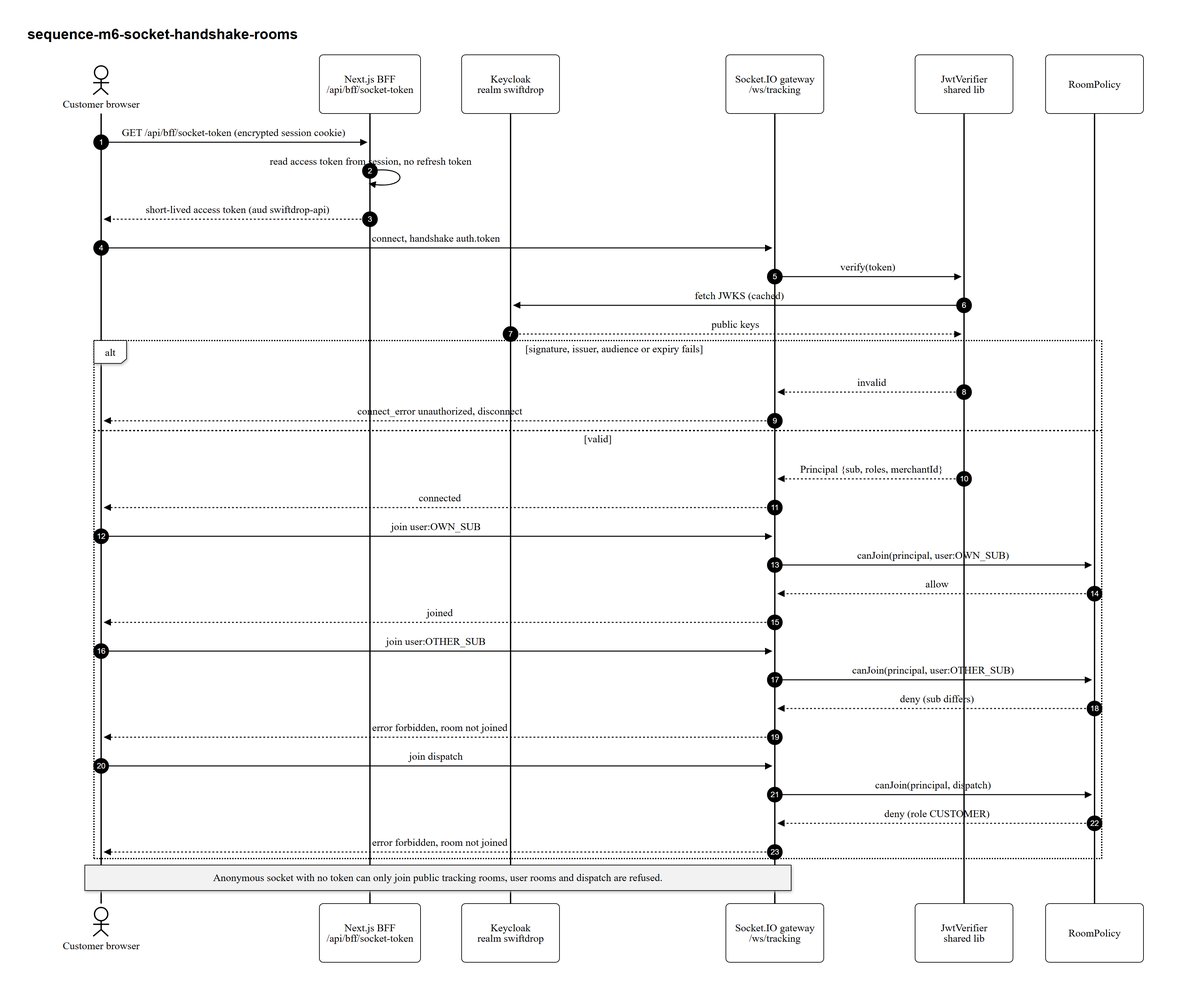
Before: doc/diagrams/m6-real-time-tracking/sequence-m6-socket-handshake-rooms.png, a diagram exported from Mermaid (Pasidu-Mihiranga/SwiftDrop). Its source is kept beside it as doc/diagrams/m6-real-time-tracking/sequence-m6-socket-handshake-rooms.mmd. Its diagram source:
```mermaid
%%{init: {"theme":"base","themeVariables":{"background":"#ffffff","mainBkg":"#ffffff","primaryColor":"#ffffff","primaryBorderColor":"#000000","primaryTextColor":"#000000","secondaryColor":"#f2f2f2","tertiaryColor":"#ffffff","lineColor":"#000000","textColor":"#000000","clusterBkg":"#ffffff","clusterBorder":"#000000","titleColor":"#000000","edgeLabelBackground":"#ffffff","fontFamily":"Arial, Helvetica, sans-serif","actorBkg":"#ffffff","actorBorder":"#000000","actorTextColor":"#000000","actorLineColor":"#000000","signalColor":"#000000","signalTextColor":"#000000","labelBoxBkgColor":"#ffffff","labelBoxBorderColor":"#000000","labelTextColor":"#000000","loopTextColor":"#000000","noteBkgColor":"#f2f2f2","noteBorderColor":"#000000","noteTextColor":"#000000","activationBkgColor":"#e6e6e6","activationBorderColor":"#000000"}}}%%
sequenceDiagram
    autonumber
    actor CU as Customer browser
    participant BFF as Next.js BFF<br/>/api/bff/socket-token
    participant KC as Keycloak<br/>realm swiftdrop
    participant SG as Socket.IO gateway<br/>/ws/tracking
    participant JW as JwtVerifier<br/>shared lib
    participant RP as RoomPolicy

    CU->>BFF: GET /api/bff/socket-token (encrypted session cookie)
    BFF->>BFF: read access token from session, no refresh token
    BFF-->>CU: short-lived access token (aud swiftdrop-api)
    CU->>SG: connect, handshake auth.token
    SG->>JW: verify(token)
    JW->>KC: fetch JWKS (cached)
    KC-->>JW: public keys
    alt signature, issuer, audience or expiry fails
        JW-->>SG: invalid
        SG-->>CU: connect_error unauthorized, disconnect
    else valid
        JW-->>SG: Principal {sub, roles, merchantId}
        SG-->>CU: connected

        CU->>SG: join user:OWN_SUB
        SG->>RP: canJoin(principal, user:OWN_SUB)
        RP-->>SG: allow
        SG-->>CU: joined

        CU->>SG: join user:OTHER_SUB
        SG->>RP: canJoin(principal, user:OTHER_SUB)
        RP-->>SG: deny (sub differs)
        SG-->>CU: error forbidden, room not joined

        CU->>SG: join dispatch
        SG->>RP: canJoin(principal, dispatch)
        RP-->>SG: deny (role CUSTOMER)
        SG-->>CU: error forbidden, room not joined
    end

    Note over CU,SG: Anonymous socket with no token can only join public tracking rooms, user rooms and dispatch are refused.
```
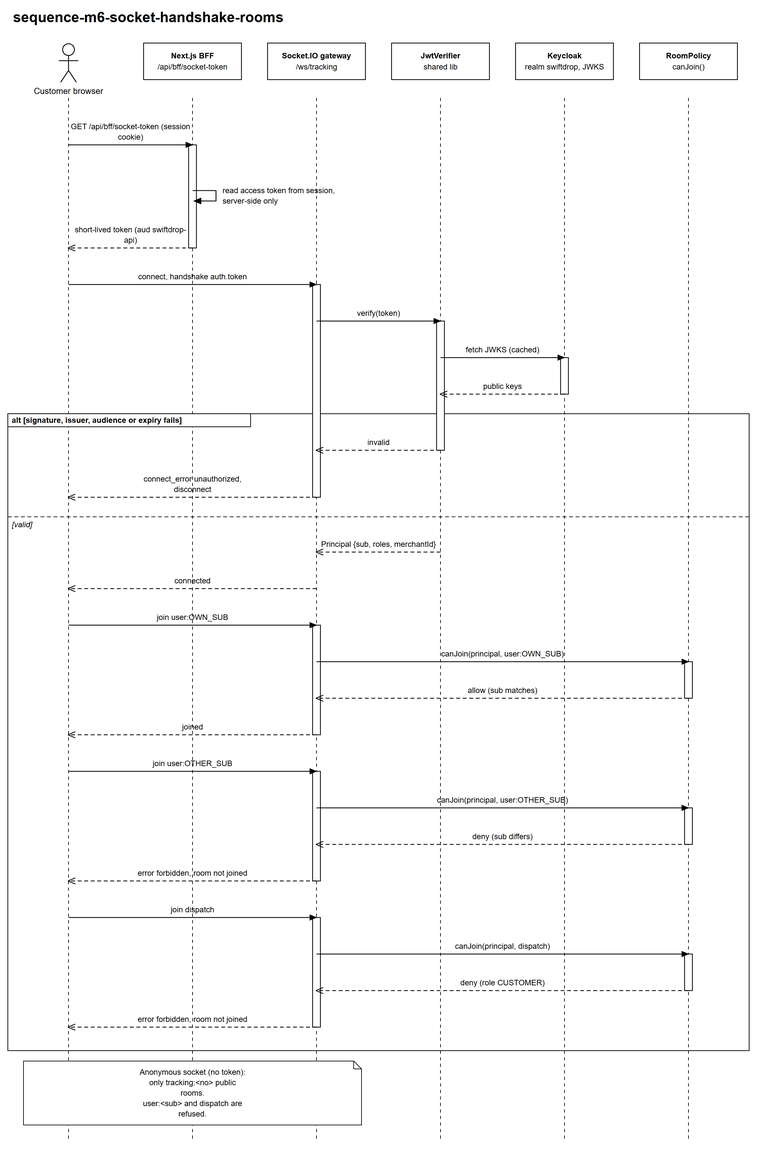
After the change.

Diff of the diagram source:
```diff
@@ -1,41 +1,36 @@
-%%{init: {"theme":"base","themeVariables":{"background":"#ffffff","mainBkg":"#ffffff","primaryColor":"#ffffff","primaryBorderColor":"#000000","primaryTextColor":"#000000","secondaryColor":"#f2f2f2","tertiaryColor":"#ffffff","lineColor":"#000000","textColor":"#000000","clusterBkg":"#ffffff","clusterBorder":"#000000","titleColor":"#000000","edgeLabelBackground":"#ffffff","fontFamily":"Arial, Helvetica, sans-serif","actorBkg":"#ffffff","actorBorder":"#000000","actorTextColor":"#000000","actorLineColor":"#000000","signalColor":"#000000","signalTextColor":"#000000","labelBoxBkgColor":"#ffffff","labelBoxBorderColor":"#000000","labelTextColor":"#000000","loopTextColor":"#000000","noteBkgColor":"#f2f2f2","noteBorderColor":"#000000","noteTextColor":"#000000","activationBkgColor":"#e6e6e6","activationBorderColor":"#000000"}}}%%
+%%{init: {"theme":"base","themeVariables":{"primaryColor":"#ffffff","primaryBorderColor":"#000000","primaryTextColor":"#000000","lineColor":"#000000","background":"#ffffff","actorBkg":"#ffffff","actorBorder":"#000000","signalColor":"#000000","noteBkgColor":"#f2f2f2","noteBorderColor":"#000000","fontFamily":"Arial"}}}%%
 sequenceDiagram
     autonumber
-    actor CU as Customer browser
-    participant BFF as Next.js BFF<br/>/api/bff/socket-token
-    participant KC as Keycloak<br/>realm swiftdrop
-    participant SG as Socket.IO gateway<br/>/ws/tracking
-    participant JW as JwtVerifier<br/>shared lib
+    actor U as Customer browser
+    participant BFF as Next.js BFF
+    participant SG as Socket.IO gateway
+    participant JV as JwtVerifier shared lib
+    participant KC as Keycloak JWKS
     participant RP as RoomPolicy
-
-    CU->>BFF: GET /api/bff/socket-token (encrypted session cookie)
-    BFF->>BFF: read access token from session, no refresh token
-    BFF-->>CU: short-lived access token (aud swiftdrop-api)
-    CU->>SG: connect, handshake auth.token
-    SG->>JW: verify(token)
-    JW->>KC: fetch JWKS (cached)
-    KC-->>JW: public keys
+    U->>BFF: GET /api/bff/socket-token with session cookie
+    BFF->>BFF: read access token from session, server-side only
+    BFF-->>U: short-lived token, aud swiftdrop-api
+    U->>SG: connect with handshake auth.token
+    SG->>JV: verify token
+    JV->>KC: fetch JWKS, cached
+    KC-->>JV: public keys
     alt signature, issuer, audience or expiry fails
-        JW-->>SG: invalid
-        SG-->>CU: connect_error unauthorized, disconnect
+        JV-->>SG: invalid
+        SG-->>U: connect_error unauthorized, disconnect
     else valid
-        JW-->>SG: Principal {sub, roles, merchantId}
-        SG-->>CU: connected
-
-        CU->>SG: join user:OWN_SUB
-        SG->>RP: canJoin(principal, user:OWN_SUB)
+        JV-->>SG: Principal sub, roles, merchantId
+        SG-->>U: connected
+        U->>SG: join user:OWN_SUB
+        SG->>RP: canJoin principal, user:OWN_SUB
         RP-->>SG: allow
-        SG-->>CU: joined
-
-        CU->>SG: join user:OTHER_SUB
-        SG->>RP: canJoin(principal, user:OTHER_SUB)
-        RP-->>SG: deny (sub differs)
-        SG-->>CU: error forbidden, room not joined
-
-        CU->>SG: join dispatch
-        SG->>RP: canJoin(principal, dispatch)
-        RP-->>SG: deny (role CUSTOMER)
-        SG-->>CU: error forbidden, room not joined
+        SG-->>U: joined
+        U->>SG: join user:OTHER_SUB
+        SG->>RP: canJoin principal, user:OTHER_SUB
+        RP-->>SG: deny, sub differs
+        SG-->>U: error forbidden, room not joined
+        U->>SG: join dispatch
+        SG->>RP: canJoin principal, dispatch
+        RP-->>SG: deny, role CUSTOMER
+        SG-->>U: error forbidden, room not joined
     end
-
-    Note over CU,SG: Anonymous socket with no token can only join public tracking rooms, user rooms and dispatch are refused.
+    Note over U,SG: Anonymous socket with no token: only public tracking rooms.
```
